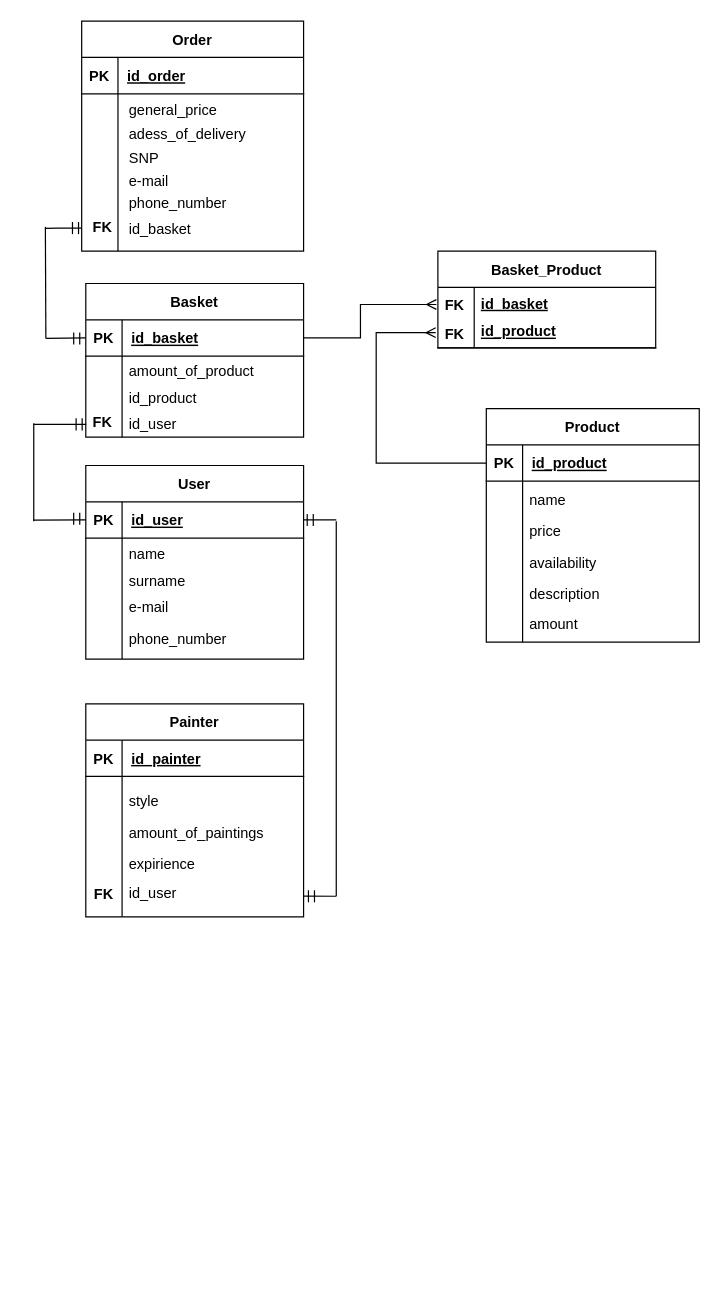
Before: page "Варіант (а)" (1 of 3) of 2-SoftwareDesign/2.3-DataModel/RelDB.drawio in oleksandrblazhko/nai205-svetashov, a draw.io diagram. Source tidied: cells renumbered, new cells numbered last; positions are measured from the earlier drawing's top-left corner, leaving out a move shared by most shapes. Both pictures are drawn from the tidied source at 121%, with x=0, y=0 at pixel (33, 21).
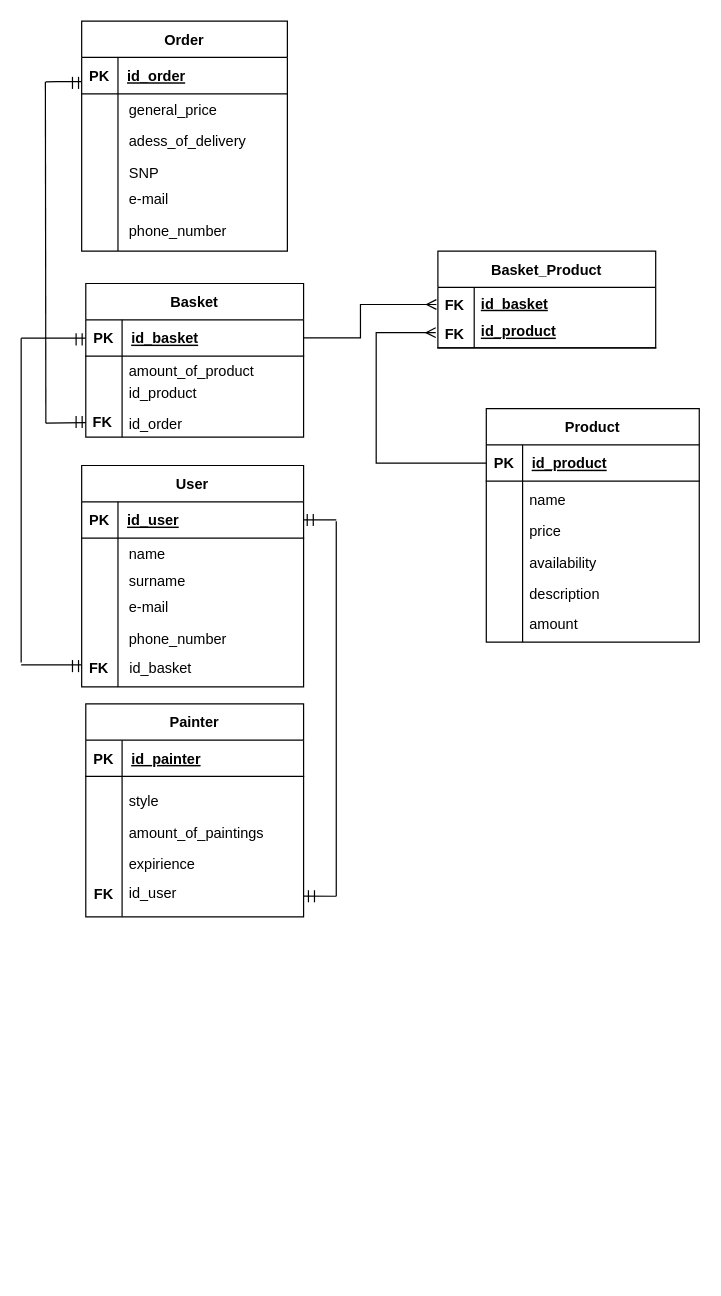
Above is the later version.

Unchanged cells that the change refers to:
```xml
<mxCell id="36" style="shape=partialRectangle;fillColor=none;top=0;left=0;bottom=1;right=0;points=[[0,0.5],[1,0.5]];portConstraint=eastwest;" parent="35" vertex="1">
  <mxGeometry y="30" width="180" height="30" as="geometry" />
</mxCell>
<mxCell id="39" style="shape=partialRectangle;fillColor=none;top=0;left=0;bottom=0;right=0;points=[[0,0.5],[1,0.5]];portConstraint=eastwest;" parent="35" vertex="1">
  <mxGeometry y="60" width="180" height="67" as="geometry" />
</mxCell>
<mxCell id="85" style="group;" parent="80" vertex="1">
  <mxGeometry x="-2" y="78" width="6" height="318" as="geometry" />
</mxCell>
```

Diff of the diagram source:
```diff
@@
     <mxCell id="2" value="User" style="shape=table;startSize=30;childLayout=tableLayout;rowLines=0;fontStyle=1;align=center;" parent="1" vertex="1">
-      <mxGeometry x="43.4" y="367.2" width="180" height="160" as="geometry" />
+      <mxGeometry x="40" y="367.2" width="183.4" height="183" as="geometry" />
     </mxCell>
     <mxCell id="3" style="shape=partialRectangle;fillColor=none;top=0;left=0;bottom=1;right=0;points=[[0,0.5],[1,0.5]];portConstraint=eastwest;" parent="2" vertex="1">
-      <mxGeometry y="30" width="180" height="30" as="geometry" />
+      <mxGeometry y="30" width="183.4" height="30" as="geometry" />
     </mxCell>
@@
     <mxCell id="5" value="id_user" style="shape=partialRectangle;fillColor=none;top=0;left=0;bottom=0;right=0;align=left;spacingLeft=6;fontStyle=5;overflow=hidden;" parent="3" vertex="1">
-      <mxGeometry x="30" width="150" height="30" as="geometry" />
+      <mxGeometry x="30" width="153.4" height="30" as="geometry" />
     </mxCell>
     <mxCell id="6" style="shape=partialRectangle;fillColor=none;top=0;left=0;bottom=0;right=0;" parent="2" vertex="1">
-      <mxGeometry y="60" width="180" height="100" as="geometry" />
+      <mxGeometry y="60" width="183.4" height="123" as="geometry" />
     </mxCell>
     <mxCell id="7" style="shape=partialRectangle;fillColor=none;top=0;left=0;bottom=0;right=0;overflow=hidden;" parent="6" vertex="1">
-      <mxGeometry width="30" height="100" as="geometry" />
+      <mxGeometry width="30" height="123" as="geometry" />
     </mxCell>
     <mxCell id="8" style="shape=partialRectangle;fillColor=none;top=0;left=0;bottom=0;right=0;align=left;spacingLeft=6;overflow=hidden;" parent="6" vertex="1">
-      <mxGeometry x="30" width="150" height="100" as="geometry" />
+      <mxGeometry x="30" width="153.4" height="123" as="geometry" />
     </mxCell>
@@
     <mxCell id="43" value="Order" style="shape=table;startSize=30;childLayout=tableLayout;rowLines=0;fontStyle=1;align=center;" parent="1" vertex="1">
-      <mxGeometry x="40" width="183.4" height="190" as="geometry" />
+      <mxGeometry x="40" width="170" height="190" as="geometry" />
     </mxCell>
     <mxCell id="44" style="shape=partialRectangle;fillColor=none;top=0;left=0;bottom=1;right=0;" parent="43" vertex="1">
-      <mxGeometry y="30" width="183.4" height="30" as="geometry" />
+      <mxGeometry y="30" width="170" height="30" as="geometry" />
     </mxCell>
@@
     <mxCell id="46" value="id_order" style="shape=partialRectangle;fillColor=none;top=0;left=0;bottom=0;right=0;align=left;spacingLeft=6;fontStyle=5;overflow=hidden;" parent="44" vertex="1">
-      <mxGeometry x="30" width="153.4" height="30" as="geometry" />
+      <mxGeometry x="30" width="140" height="30" as="geometry" />
     </mxCell>
     <mxCell id="47" style="shape=partialRectangle;fillColor=none;top=0;left=0;bottom=0;right=0;" parent="43" vertex="1">
-      <mxGeometry y="60" width="183.4" height="130" as="geometry" />
+      <mxGeometry y="60" width="170" height="130" as="geometry" />
     </mxCell>
@@
     <mxCell id="49" style="shape=partialRectangle;fillColor=none;top=0;left=0;bottom=0;right=0;align=left;spacingLeft=6;overflow=hidden;" parent="47" vertex="1">
-      <mxGeometry x="30" width="153.4" height="130" as="geometry" />
+      <mxGeometry x="30" width="140" height="130" as="geometry" />
     </mxCell>
@@
     <mxCell id="51" value="adess_of_delivery" style="text;strokeColor=none;fillColor=none;align=left;verticalAlign=top;spacingLeft=4;spacingRight=4;overflow=hidden;" parent="1" vertex="1">
-      <mxGeometry x="73.4" y="80" width="140" height="26" as="geometry" />
+      <mxGeometry x="73.4" y="86" width="140" height="26" as="geometry" />
     </mxCell>
@@
     <mxCell id="54" value="id_product" style="text;strokeColor=none;fillColor=none;align=left;verticalAlign=top;spacingLeft=4;spacingRight=4;overflow=hidden;" parent="1" vertex="1">
-      <mxGeometry x="73.4" y="298.2" width="140" height="26" as="geometry" />
+      <mxGeometry x="73.4" y="294.2" width="140" height="26" as="geometry" />
     </mxCell>
-    <mxCell id="55" value="id_basket" style="text;strokeColor=none;fillColor=none;align=left;verticalAlign=top;spacingLeft=4;spacingRight=4;overflow=hidden;" parent="1" vertex="1">
-      <mxGeometry x="73.4" y="158" width="140" height="26" as="geometry" />
-    </mxCell>
     <mxCell id="56" style="endArrow=none;html=1;rounded=0;" parent="1" edge="1">
       <mxGeometry relative="1" as="geometry">
-        <mxPoint x="40" y="171" as="sourcePoint" />
-        <mxPoint x="10.4" y="171.2" as="targetPoint" />
+        <mxPoint x="40" y="50" as="sourcePoint" />
+        <mxPoint x="10.4" y="50.2" as="targetPoint" />
         <Array as="points">
-          <mxPoint x="20" y="171" />
+          <mxPoint x="20" y="50" />
         </Array>
       </mxGeometry>
     </mxCell>
     <mxCell id="57" style="group;" parent="1" vertex="1">
-      <mxGeometry x="32.4" y="166" width="5" height="10" as="geometry" />
+      <mxGeometry x="32.4" y="46" width="5" height="10" as="geometry" />
     </mxCell>
@@
-    <mxCell id="60" value="&lt;b&gt;FK&lt;/b&gt;" style="text;html=1;align=center;verticalAlign=middle;strokeColor=none;fillColor=none;" parent="1" vertex="1">
-      <mxGeometry x="37.4" y="156" width="40" height="30" as="geometry" />
-    </mxCell>
@@
-    <mxCell id="71" style="endArrow=none;html=1;rounded=0;" parent="1" edge="1">
-      <mxGeometry relative="1" as="geometry">
-        <mxPoint x="0.4" y="413.2" as="sourcePoint" />
-        <mxPoint x="0.4" y="332.2" as="targetPoint" />
-      </mxGeometry>
-    </mxCell>
-    <mxCell id="72" value="id_user" style="text;strokeColor=none;fillColor=none;align=left;verticalAlign=top;spacingLeft=4;spacingRight=4;overflow=hidden;" parent="1" vertex="1">
+    <mxCell id="72" value="id_order" style="text;strokeColor=none;fillColor=none;align=left;verticalAlign=top;spacingLeft=4;spacingRight=4;overflow=hidden;" parent="1" vertex="1">
       <mxGeometry x="73.4" y="319.2" width="140" height="26" as="geometry" />
     </mxCell>
@@
     <mxCell id="74" style="endArrow=none;html=1;rounded=0;" parent="1" edge="1">
       <mxGeometry relative="1" as="geometry">
-        <mxPoint x="10.4" y="262.2" as="sourcePoint" />
-        <mxPoint x="10" y="170" as="targetPoint" />
+        <mxPoint x="10.4" y="332.2" as="sourcePoint" />
+        <mxPoint x="10" y="50" as="targetPoint" />
       </mxGeometry>
     </mxCell>
-    <mxCell id="75" style="endArrow=none;html=1;rounded=0;entryX=0;entryY=0.5;entryDx=0;entryDy=0;" parent="1" edge="1" target="36">
+    <mxCell id="75" style="endArrow=none;html=1;rounded=0;entryX=0;entryY=0.5;entryDx=0;entryDy=0;" parent="1" edge="1">
       <mxGeometry relative="1" as="geometry">
-        <mxPoint x="10.4" y="262.2" as="sourcePoint" />
+        <mxPoint x="10.4" y="332.2" as="sourcePoint" />
+        <mxPoint x="43.4" y="331.8" as="targetPoint" />
       </mxGeometry>
     </mxCell>
     <mxCell id="76" style="group;" parent="1" vertex="1">
-      <mxGeometry x="33.4" y="257.2" width="5" height="10" as="geometry" />
+      <mxGeometry x="35.4" y="326.2" width="5" height="10" as="geometry" />
     </mxCell>
@@
-    <mxCell id="79" style="endArrow=none;html=1;rounded=0;startSize=5;endSize=7;jumpSize=3;entryX=0.002;entryY=0.841;entryDx=0;entryDy=0;entryPerimeter=0;" parent="1" edge="1" target="39">
-      <mxGeometry relative="1" as="geometry">
-        <mxPoint x="0.4" y="333.2" as="sourcePoint" />
-      </mxGeometry>
-    </mxCell>
     <mxCell id="80" style="group;" parent="1" vertex="1">
-      <mxGeometry x="34.4" y="328.2" width="6" height="393" as="geometry" />
+      <mxGeometry x="34.4" y="330.2" width="6" height="393" as="geometry" />
     </mxCell>
@@
-    <mxCell id="82" style="group;" parent="80" vertex="1">
-      <mxGeometry x="1" width="5" height="10" as="geometry" />
-    </mxCell>
-    <mxCell id="83" style="endArrow=none;html=1;rounded=0;" parent="82" edge="1">
-      <mxGeometry relative="1" as="geometry">
-        <mxPoint y="10" as="sourcePoint" />
-        <mxPoint as="targetPoint" />
-      </mxGeometry>
-    </mxCell>
-    <mxCell id="84" style="endArrow=none;html=1;rounded=0;" parent="82" edge="1">
-      <mxGeometry relative="1" as="geometry">
-        <mxPoint x="5" y="10" as="sourcePoint" />
-        <mxPoint x="5" as="targetPoint" />
-      </mxGeometry>
-    </mxCell>
@@
-    <mxCell id="87" style="group;" parent="85" vertex="1">
-      <mxGeometry x="1" width="5" height="10" as="geometry" />
-    </mxCell>
-    <mxCell id="88" style="endArrow=none;html=1;rounded=0;" parent="87" edge="1">
-      <mxGeometry relative="1" as="geometry">
-        <mxPoint y="10" as="sourcePoint" />
-        <mxPoint as="targetPoint" />
-      </mxGeometry>
-    </mxCell>
-    <mxCell id="89" style="endArrow=none;html=1;rounded=0;" parent="87" edge="1">
-      <mxGeometry relative="1" as="geometry">
-        <mxPoint x="5" y="10" as="sourcePoint" />
-        <mxPoint x="5" as="targetPoint" />
-      </mxGeometry>
-    </mxCell>
-    <mxCell id="90" style="endArrow=none;html=1;rounded=0;startSize=5;endSize=7;jumpSize=3;entryX=0.002;entryY=0.841;entryDx=0;entryDy=0;entryPerimeter=0;" parent="1" edge="1">
-      <mxGeometry relative="1" as="geometry">
-        <mxPoint y="412.4" as="sourcePoint" />
-        <mxPoint x="43.4" y="412.2" as="targetPoint" />
-      </mxGeometry>
-    </mxCell>
@@
     <mxCell id="104" value="SNP" style="text;strokeColor=none;fillColor=none;align=left;verticalAlign=top;spacingLeft=4;spacingRight=4;overflow=hidden;" parent="1" vertex="1">
-      <mxGeometry x="73.4" y="100" width="140" height="26" as="geometry" />
+      <mxGeometry x="73.4" y="112" width="140" height="26" as="geometry" />
     </mxCell>
     <mxCell id="105" value="e-mail" style="text;strokeColor=none;fillColor=none;align=left;verticalAlign=top;spacingLeft=4;spacingRight=4;overflow=hidden;" parent="1" vertex="1">
-      <mxGeometry x="73.4" y="119" width="140" height="26" as="geometry" />
+      <mxGeometry x="73.4" y="134" width="140" height="26" as="geometry" />
     </mxCell>
     <mxCell id="106" value="phone_number" style="text;strokeColor=none;fillColor=none;align=left;verticalAlign=top;spacingLeft=4;spacingRight=4;overflow=hidden;" parent="1" vertex="1">
-      <mxGeometry x="73.4" y="137" width="140" height="26" as="geometry" />
+      <mxGeometry x="73.4" y="160" width="140" height="26" as="geometry" />
     </mxCell>
+    <mxCell id="55" value="&lt;span style=&quot;text-align: left;&quot;&gt;id_basket&lt;/span&gt;" style="text;html=1;align=center;verticalAlign=middle;strokeColor=none;fillColor=none;" parent="1" vertex="1">
+      <mxGeometry x="70" y="520" width="70" height="30" as="geometry" />
+    </mxCell>
+    <mxCell id="60" value="&lt;b&gt;FK&lt;/b&gt;" style="text;html=1;align=center;verticalAlign=middle;strokeColor=none;fillColor=none;" parent="1" vertex="1">
+      <mxGeometry x="34.4" y="520" width="40" height="30" as="geometry" />
+    </mxCell>
+    <mxCell id="107" style="endArrow=none;html=1;rounded=0;" parent="1" edge="1">
+      <mxGeometry relative="1" as="geometry">
+        <mxPoint x="40" y="532" as="sourcePoint" />
+        <mxPoint x="-10" y="532" as="targetPoint" />
+        <Array as="points">
+          <mxPoint x="20" y="532" />
+        </Array>
+      </mxGeometry>
+    </mxCell>
+    <mxCell id="108" style="group;" parent="1" vertex="1">
+      <mxGeometry x="32.4" y="528" width="5" height="10" as="geometry" />
+    </mxCell>
+    <mxCell id="109" style="endArrow=none;html=1;rounded=0;" parent="108" edge="1">
+      <mxGeometry relative="1" as="geometry">
+        <mxPoint y="10" as="sourcePoint" />
+        <mxPoint as="targetPoint" />
+      </mxGeometry>
+    </mxCell>
+    <mxCell id="110" style="endArrow=none;html=1;rounded=0;" parent="108" edge="1">
+      <mxGeometry relative="1" as="geometry">
+        <mxPoint x="5" y="10" as="sourcePoint" />
+        <mxPoint x="5" as="targetPoint" />
+      </mxGeometry>
+    </mxCell>
+    <mxCell id="111" style="endArrow=none;html=1;rounded=0;" parent="1" edge="1">
+      <mxGeometry relative="1" as="geometry">
+        <mxPoint x="43" y="262" as="sourcePoint" />
+        <mxPoint x="-10" y="262" as="targetPoint" />
+        <Array as="points">
+          <mxPoint x="23" y="262" />
+        </Array>
+      </mxGeometry>
+    </mxCell>
+    <mxCell id="112" style="group;" parent="1" vertex="1">
+      <mxGeometry x="35.4" y="258" width="5" height="10" as="geometry" />
+    </mxCell>
+    <mxCell id="113" style="endArrow=none;html=1;rounded=0;" parent="112" edge="1">
+      <mxGeometry relative="1" as="geometry">
+        <mxPoint y="10" as="sourcePoint" />
+        <mxPoint as="targetPoint" />
+      </mxGeometry>
+    </mxCell>
+    <mxCell id="114" style="endArrow=none;html=1;rounded=0;" parent="112" edge="1">
+      <mxGeometry relative="1" as="geometry">
+        <mxPoint x="5" y="10" as="sourcePoint" />
+        <mxPoint x="5" as="targetPoint" />
+      </mxGeometry>
+    </mxCell>
+    <mxCell id="115" style="endArrow=none;html=1;rounded=0;" parent="1" edge="1">
+      <mxGeometry relative="1" as="geometry">
+        <mxPoint x="-10" y="530" as="sourcePoint" />
+        <mxPoint x="-10" y="262" as="targetPoint" />
+      </mxGeometry>
+    </mxCell>
```
